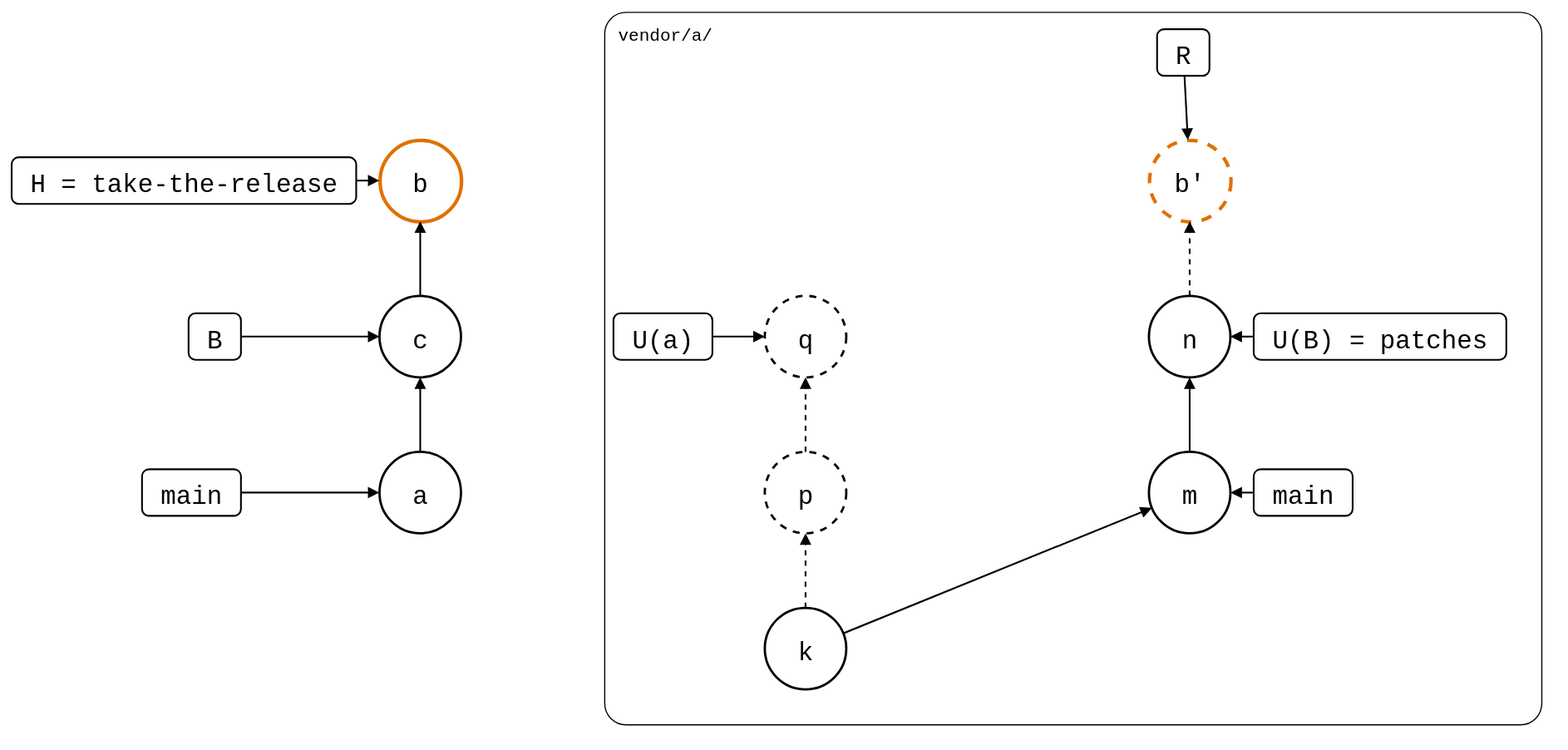
Earlier version of the draw.io export test/scenarios/06-rewritten-history/04-patch-branch-rebased/02-squash-merged/pull-request.drawio.svg (roschaefer/git-splice). Source tidied: cells renumbered, new cells last; positions are measured from the earlier drawing's top-left corner, leaving out a move shared by most shapes.
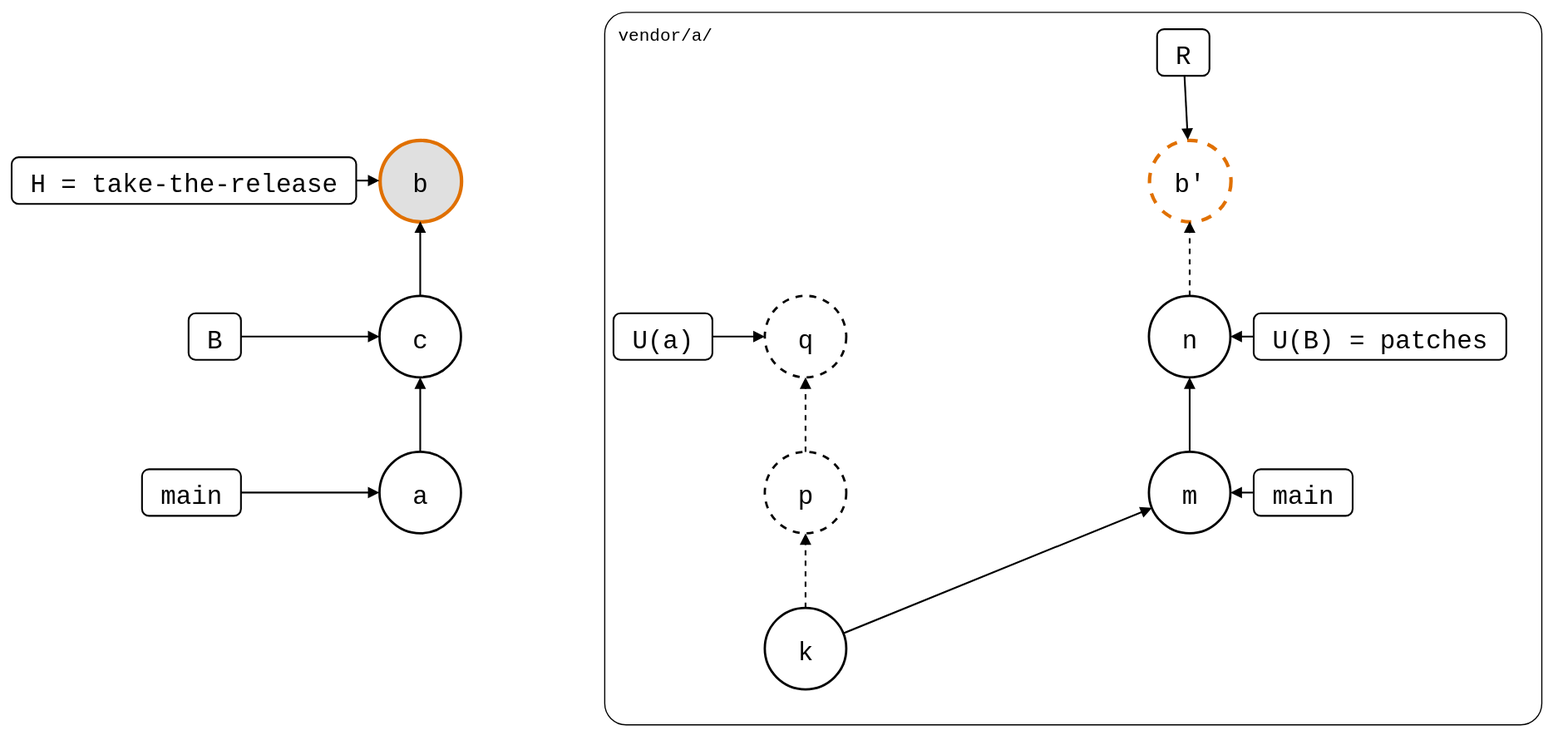
The same diagram one commit later.

What changed in the source:
```diff
@@ -26,7 +26,7 @@
     <mxCell id="9" value="c" style="ellipse;strokeWidth=2;fontSize=22;fontFamily=Roboto Mono,monospace;" parent="1" vertex="1">
       <mxGeometry x="316" y="244" width="70" height="70" as="geometry" />
     </mxCell>
-    <mxCell id="10" value="b" style="ellipse;fontSize=22;fontFamily=Roboto Mono,monospace;strokeColor=#E07000;strokeWidth=3;" parent="1" vertex="1">
+    <mxCell id="10" value="b" style="ellipse;fontSize=22;fontFamily=Roboto Mono,monospace;fillColor=#E0E0E0;strokeColor=#E07000;strokeWidth=3;" parent="1" vertex="1">
       <mxGeometry x="316" y="110" width="70" height="70" as="geometry" />
     </mxCell>
     <mxCell id="11" value="b'" style="ellipse;fontSize=22;fontFamily=Roboto Mono,monospace;dashed=1;strokeColor=#E07000;strokeWidth=3;" parent="1" vertex="1">
```
